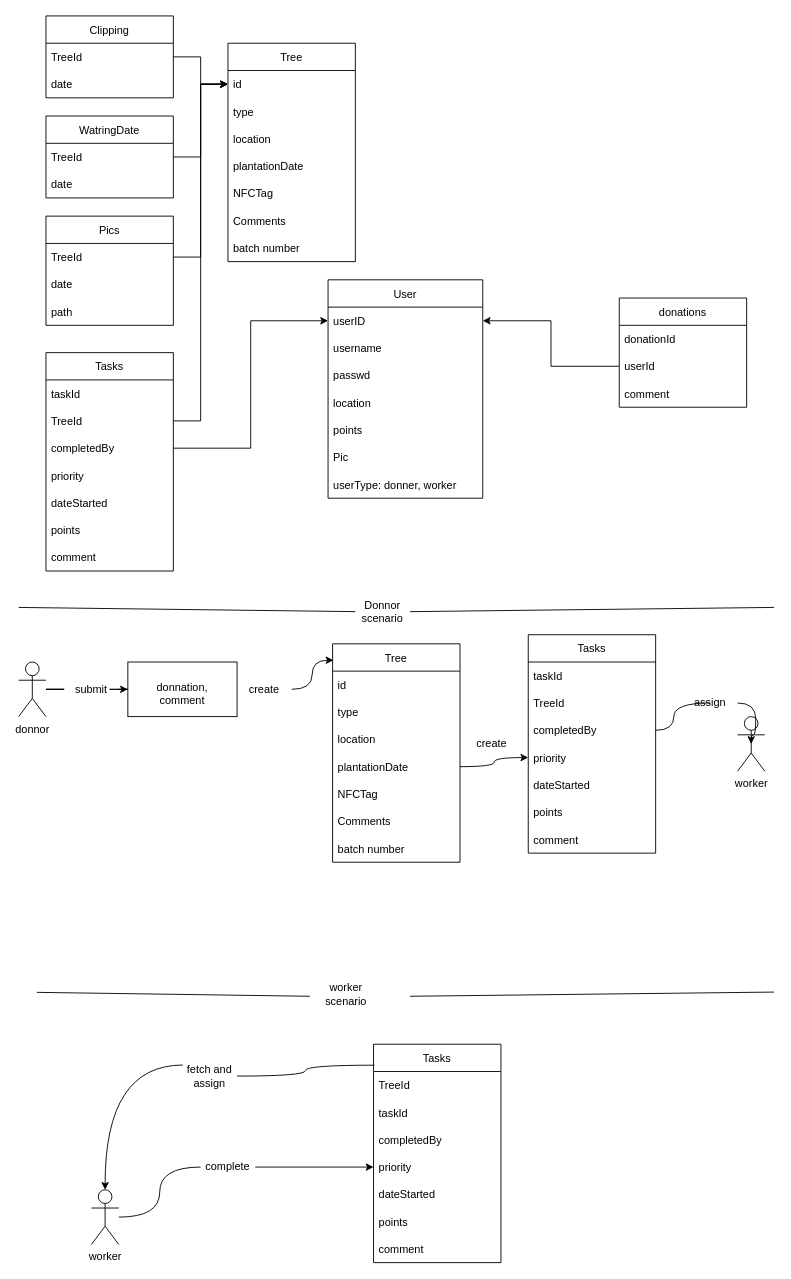
The draw.io diagram dbscheme.drawio in marmoure/makeItGreen, before the edit. Source tidied: cells renumbered, new cells numbered last; positions are measured from the earlier drawing's top-left corner, leaving out a move shared by most shapes. Both pictures are drawn from the tidied source at 91%, with x=0, y=0 at pixel (18, 15).
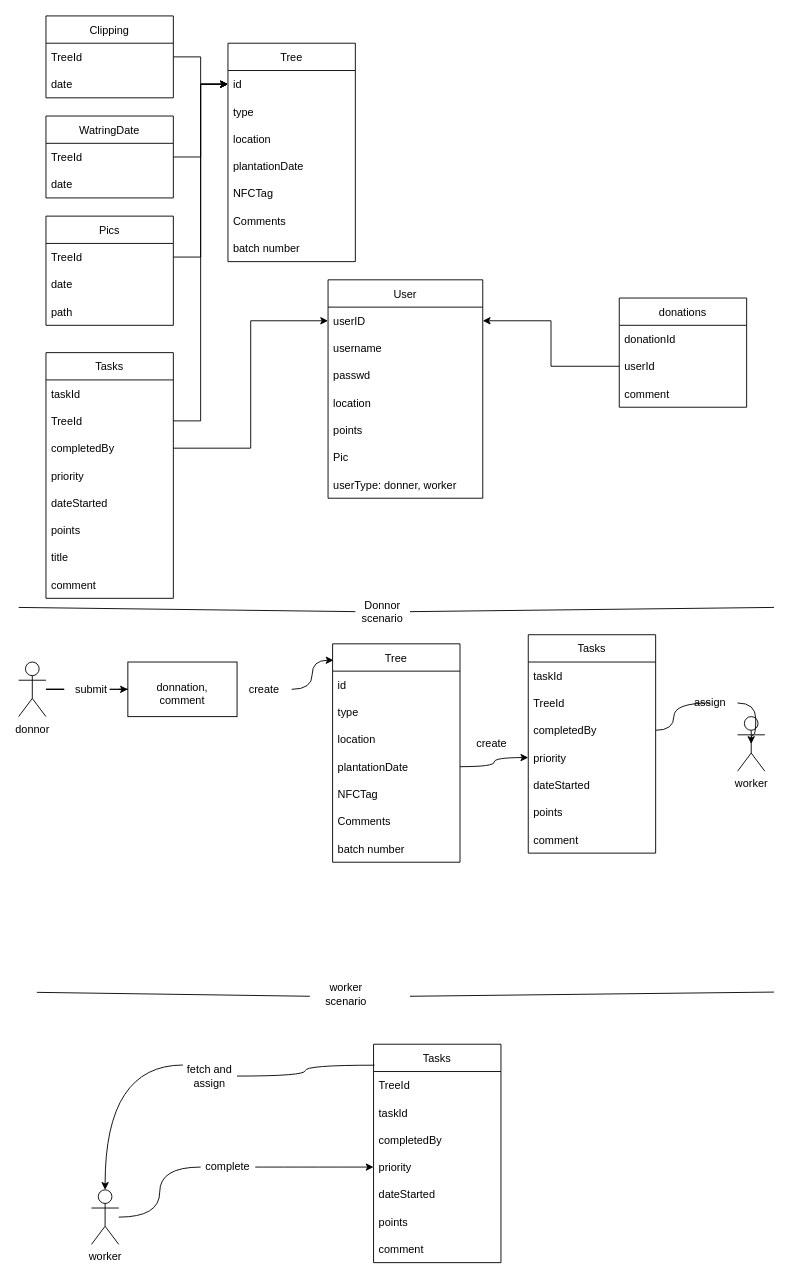
The same diagram, later.

The edit, as a diff of the source:
```diff
@@
     <mxCell id="31" value="Tasks" style="swimlane;fontStyle=0;horizontal=1;startSize=30;" parent="1" vertex="1">
-      <mxGeometry x="30" y="370" width="140" height="240" as="geometry" />
+      <mxGeometry x="30" y="370" width="140" height="270" as="geometry" />
     </mxCell>
@@
+    <mxCell id="96" value="title" style="text;strokeColor=none;fillColor=none;align=left;verticalAlign=middle;spacingLeft=4;spacingRight=4;overflow=hidden;" parent="31" vertex="1">
+      <mxGeometry y="210" width="140" height="30" as="geometry" />
+    </mxCell>
     <mxCell id="38" value="comment" style="text;strokeColor=none;fillColor=none;align=left;verticalAlign=middle;spacingLeft=4;spacingRight=4;overflow=hidden;" parent="31" vertex="1">
-      <mxGeometry y="210" width="140" height="30" as="geometry" />
+      <mxGeometry y="240" width="140" height="30" as="geometry" />
     </mxCell>
```
